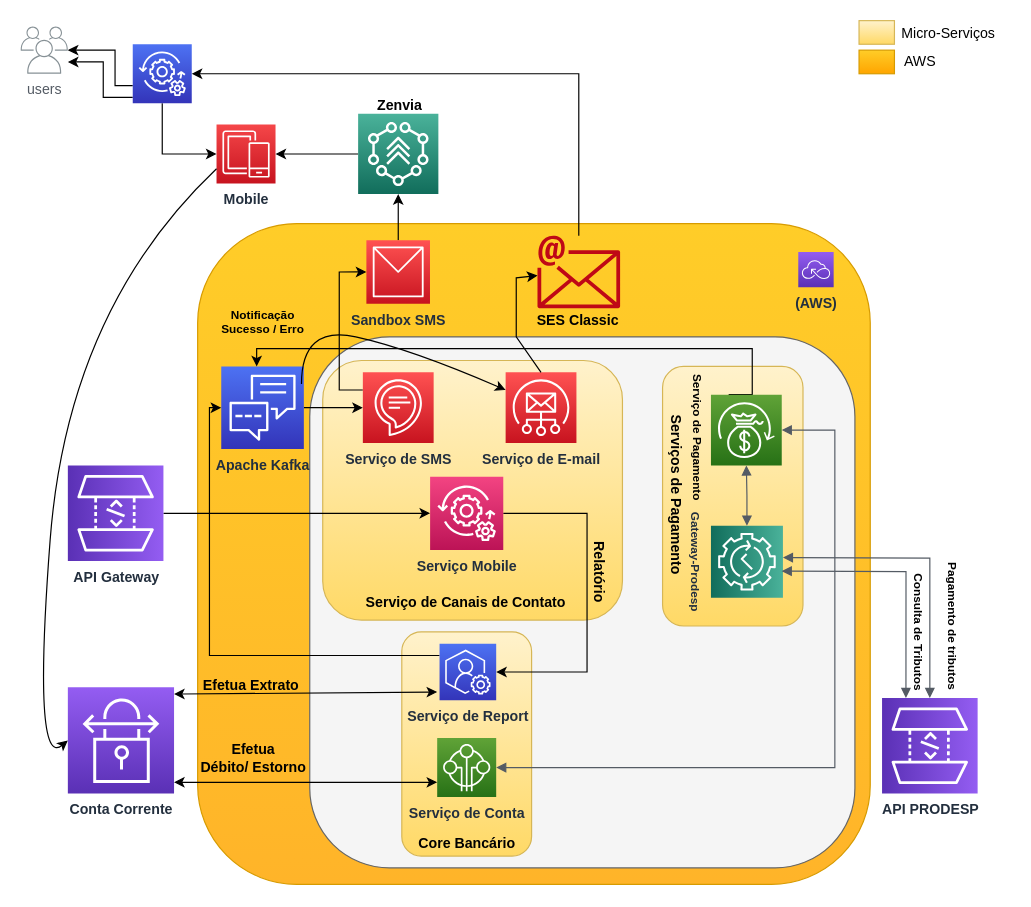
Above: Untitled Diagram.drawio in matheusdotto/alura-git (draw.io), before the change. Source tidied: cells renumbered, new cells numbered last; positions are measured from the earlier drawing's top-left corner, leaving out a move shared by most shapes. Both pictures are drawn from the tidied source at 118%, with x=0, y=0 at pixel (20, 20).
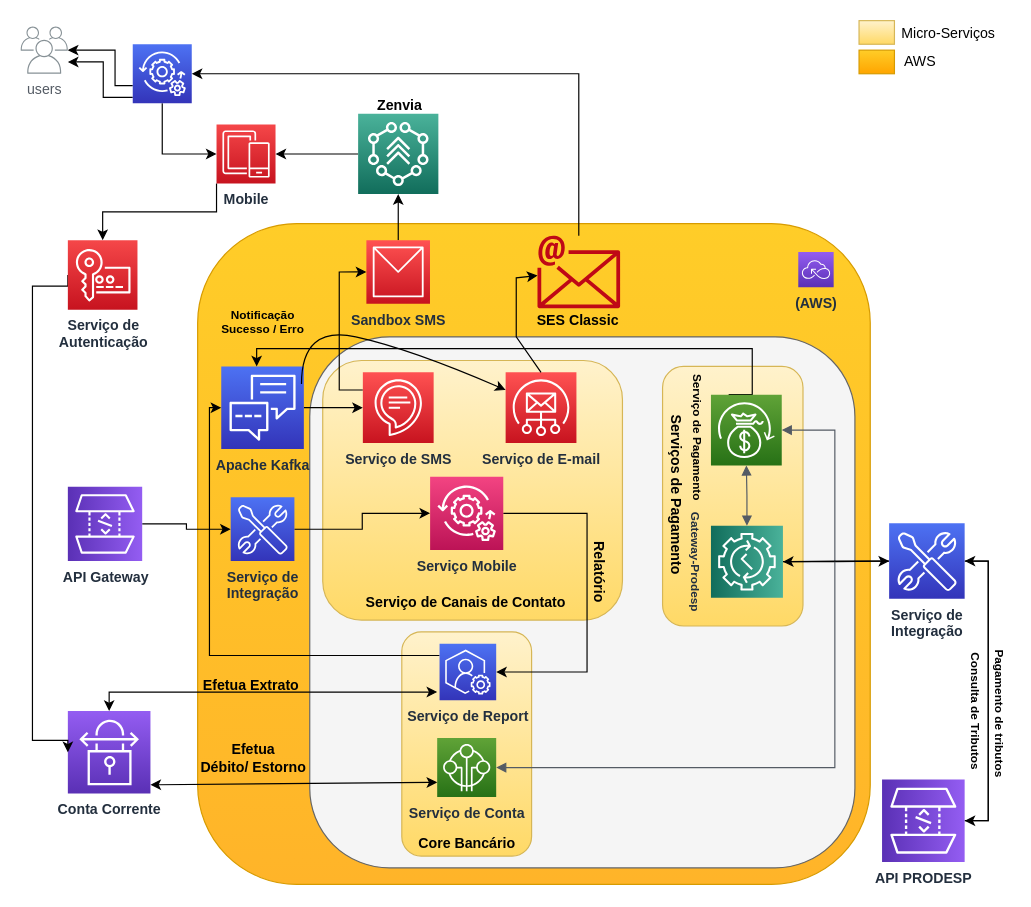
Above is the later version.

The change refers to these unchanged cells:
```xml
<mxCell id="3" value="Mobile&lt;br&gt;" style="sketch=0;points=[[0,0,0],[0.25,0,0],[0.5,0,0],[0.75,0,0],[1,0,0],[0,1,0],[0.25,1,0],[0.5,1,0],[0.75,1,0],[1,1,0],[0,0.25,0],[0,0.5,0],[0,0.75,0],[1,0.25,0],[1,0.5,0],[1,0.75,0]];outlineConnect=0;fontColor=#232F3E;gradientColor=#F54749;gradientDirection=north;fillColor=#C7131F;strokeColor=#ffffff;dashed=0;verticalLabelPosition=bottom;verticalAlign=top;align=center;html=1;fontSize=12;fontStyle=1;shape=mxgraph.aws4.resourceIcon;resIcon=mxgraph.aws4.mobile;" parent="1" vertex="1">
  <mxGeometry x="166" y="88" width="50" height="50" as="geometry" />
</mxCell>
<mxCell id="24" value="Serviço Mobile" style="sketch=0;points=[[0,0,0],[0.25,0,0],[0.5,0,0],[0.75,0,0],[1,0,0],[0,1,0],[0.25,1,0],[0.5,1,0],[0.75,1,0],[1,1,0],[0,0.25,0],[0,0.5,0],[0,0.75,0],[1,0.25,0],[1,0.5,0],[1,0.75,0]];points=[[0,0,0],[0.25,0,0],[0.5,0,0],[0.75,0,0],[1,0,0],[0,1,0],[0.25,1,0],[0.5,1,0],[0.75,1,0],[1,1,0],[0,0.25,0],[0,0.5,0],[0,0.75,0],[1,0.25,0],[1,0.5,0],[1,0.75,0]];outlineConnect=0;fontColor=#232F3E;gradientColor=#F34482;gradientDirection=north;fillColor=#BC1356;strokeColor=#ffffff;dashed=0;verticalLabelPosition=bottom;verticalAlign=top;align=center;html=1;fontSize=12;fontStyle=1;shape=mxgraph.aws4.resourceIcon;resIcon=mxgraph.aws4.managed_services;" parent="1" vertex="1">
  <mxGeometry x="347" y="386.5" width="62" height="62" as="geometry" />
</mxCell>
<mxCell id="35" value="Gateway-Prodesp" style="sketch=0;points=[[0,0,0],[0.25,0,0],[0.5,0,0],[0.75,0,0],[1,0,0],[0,1,0],[0.25,1,0],[0.5,1,0],[0.75,1,0],[1,1,0],[0,0.25,0],[0,0.5,0],[0,0.75,0],[1,0.25,0],[1,0.5,0],[1,0.75,0]];outlineConnect=0;fontColor=#232F3E;gradientColor=#4AB29A;gradientDirection=north;fillColor=#116D5B;strokeColor=#ffffff;dashed=0;verticalLabelPosition=bottom;verticalAlign=top;align=center;html=1;fontSize=10;fontStyle=1;shape=mxgraph.aws4.resourceIcon;resIcon=mxgraph.aws4.devops_guru;rotation=90;" parent="1" vertex="1">
  <mxGeometry x="585" y="428" width="61" height="61" as="geometry" />
</mxCell>
```

Change to the diagram source:
```diff
@@
+    <mxCell id="62" style="edgeStyle=orthogonalEdgeStyle;rounded=0;jettySize=auto;html=1;exitX=0;exitY=1;exitDx=0;exitDy=0;exitPerimeter=0;" parent="1" edge="1" source="3" target="69">
+      <mxGeometry relative="1" as="geometry" />
+    </mxCell>
@@
-    <mxCell id="16" style="edgeStyle=orthogonalEdgeStyle;rounded=0;jettySize=auto;html=1;entryX=0;entryY=0.5;entryDx=0;entryDy=0;entryPerimeter=0;fontStyle=1;" parent="1" edge="1" source="17" target="24">
-      <mxGeometry relative="1" as="geometry" />
-    </mxCell>
+    <mxCell id="63" style="edgeStyle=orthogonalEdgeStyle;rounded=0;jettySize=auto;html=1;" parent="1" edge="1" source="17" target="67">
+      <mxGeometry relative="1" as="geometry" />
+    </mxCell>
     <mxCell id="17" value="API Gateway" style="sketch=0;points=[[0,0,0],[0.25,0,0],[0.5,0,0],[0.75,0,0],[1,0,0],[0,1,0],[0.25,1,0],[0.5,1,0],[0.75,1,0],[1,1,0],[0,0.25,0],[0,0.5,0],[0,0.75,0],[1,0.25,0],[1,0.5,0],[1,0.75,0]];outlineConnect=0;fontColor=#232F3E;gradientColor=#945DF2;gradientDirection=north;fillColor=#5A30B5;strokeColor=#ffffff;dashed=0;verticalLabelPosition=bottom;verticalAlign=top;align=center;html=1;fontSize=12;fontStyle=1;shape=mxgraph.aws4.resourceIcon;resIcon=mxgraph.aws4.api_gateway;rotation=0;direction=south;" parent="1" vertex="1">
-      <mxGeometry x="40" y="377" width="81" height="81" as="geometry" />
+      <mxGeometry x="40" y="395" width="63" height="63" as="geometry" />
     </mxCell>
@@
     <mxCell id="28" value="Conta Corrente" style="sketch=0;points=[[0,0,0],[0.25,0,0],[0.5,0,0],[0.75,0,0],[1,0,0],[0,1,0],[0.25,1,0],[0.5,1,0],[0.75,1,0],[1,1,0],[0,0.25,0],[0,0.5,0],[0,0.75,0],[1,0.25,0],[1,0.5,0],[1,0.75,0]];outlineConnect=0;fontColor=#232F3E;gradientColor=#945DF2;gradientDirection=north;fillColor=#5A30B5;strokeColor=#ffffff;dashed=0;verticalLabelPosition=bottom;verticalAlign=top;align=center;html=1;fontSize=12;fontStyle=1;shape=mxgraph.aws4.resourceIcon;resIcon=mxgraph.aws4.site_to_site_vpn;" parent="1" vertex="1">
-      <mxGeometry x="40" y="565" width="90" height="90" as="geometry" />
+      <mxGeometry x="40" y="585" width="70" height="70" as="geometry" />
     </mxCell>
@@
+    <mxCell id="64" style="edgeStyle=orthogonalEdgeStyle;rounded=0;jettySize=auto;html=1;entryX=1;entryY=0.5;entryDx=0;entryDy=0;entryPerimeter=0;" parent="1" edge="1" source="33" target="72">
+      <mxGeometry relative="1" as="geometry">
+        <Array as="points">
+          <mxPoint x="820" y="678" />
+          <mxPoint x="820" y="458" />
+        </Array>
+      </mxGeometry>
+    </mxCell>
     <mxCell id="33" value="API PRODESP" style="sketch=0;points=[[0,0,0],[0.25,0,0],[0.5,0,0],[0.75,0,0],[1,0,0],[0,1,0],[0.25,1,0],[0.5,1,0],[0.75,1,0],[1,1,0],[0,0.25,0],[0,0.5,0],[0,0.75,0],[1,0.25,0],[1,0.5,0],[1,0.75,0]];outlineConnect=0;fontColor=#232F3E;gradientColor=#945DF2;gradientDirection=north;fillColor=#5A30B5;strokeColor=#ffffff;dashed=0;verticalLabelPosition=bottom;verticalAlign=top;align=center;html=1;fontSize=12;fontStyle=1;shape=mxgraph.aws4.resourceIcon;resIcon=mxgraph.aws4.api_gateway;rotation=0;direction=south;" parent="1" vertex="1">
-      <mxGeometry x="730" y="574" width="81" height="81" as="geometry" />
+      <mxGeometry x="730" y="643" width="70" height="70" as="geometry" />
     </mxCell>
-    <mxCell id="34" style="curved=1;endArrow=classic;html=1;rounded=0;entryX=0;entryY=0.5;entryDx=0;entryDy=0;entryPerimeter=0;exitX=0;exitY=0.75;exitDx=0;exitDy=0;exitPerimeter=0;" parent="1" edge="1" source="3" target="28">
-      <mxGeometry relative="1" as="geometry">
-        <Array as="points">
-          <mxPoint x="40" y="245" />
-          <mxPoint x="10" y="635" />
-        </Array>
-      </mxGeometry>
-    </mxCell>
+    <mxCell id="65" style="edgeStyle=orthogonalEdgeStyle;rounded=0;jettySize=auto;html=1;" parent="1" edge="1" source="35" target="72">
+      <mxGeometry relative="1" as="geometry" />
+    </mxCell>
@@
     <mxCell id="36" value="Consulta de Tributos" style="text;html=1;align=center;verticalAlign=middle;strokeColor=none;fillColor=none;fontSize=10;fontStyle=1;rotation=90;" parent="1" vertex="1">
-      <mxGeometry x="707" y="508" width="110" height="20" as="geometry" />
+      <mxGeometry x="755" y="575" width="110" height="20" as="geometry" />
     </mxCell>
     <mxCell id="37" value="Pagamento de tributos" style="text;html=1;align=center;verticalAlign=middle;strokeColor=none;fillColor=none;fontSize=10;fontStyle=1;rotation=90;" parent="1" vertex="1">
-      <mxGeometry x="730" y="503" width="120" height="20" as="geometry" />
+      <mxGeometry x="770" y="577" width="120" height="20" as="geometry" />
     </mxCell>
@@
-    <mxCell id="56" style="endArrow=classic;startArrow=classic;html=1;rounded=0;fontSize=12;entryX=0;entryY=0;entryDx=0;entryDy=0;entryPerimeter=0;" parent="1" edge="1">
+    <mxCell id="56" style="endArrow=classic;startArrow=classic;html=1;rounded=0;fontSize=12;entryX=0;entryY=0;entryDx=0;entryDy=0;entryPerimeter=0;exitX=0.5;exitY=0;exitDx=0;exitDy=0;exitPerimeter=0;" parent="1" edge="1" source="28">
       <mxGeometry relative="1" as="geometry">
-        <mxPoint x="130" y="570.7" as="sourcePoint" />
         <mxPoint x="353" y="569" as="targetPoint" />
+        <Array as="points">
+          <mxPoint x="75" y="569" />
+        </Array>
       </mxGeometry>
     </mxCell>
@@
-    <mxCell id="58" style="edgeStyle=orthogonalEdgeStyle;html=1;endArrow=block;elbow=vertical;startArrow=block;startFill=1;endFill=1;strokeColor=#545B64;rounded=0;entryX=0;entryY=0.75;entryDx=0;entryDy=0;entryPerimeter=0;" parent="1" edge="1" target="33">
-      <mxGeometry relative="1" as="geometry">
-        <mxPoint x="645" y="466.5" as="sourcePoint" />
-      </mxGeometry>
-    </mxCell>
-    <mxCell id="59" style="edgeStyle=orthogonalEdgeStyle;html=1;endArrow=block;elbow=vertical;startArrow=block;startFill=1;endFill=1;strokeColor=#545B64;rounded=0;" parent="1" edge="1" target="33">
-      <mxGeometry relative="1" as="geometry">
-        <mxPoint x="646" y="455" as="sourcePoint" />
-      </mxGeometry>
-    </mxCell>
@@
+    <mxCell id="66" style="edgeStyle=orthogonalEdgeStyle;rounded=0;jettySize=auto;html=1;" parent="1" edge="1" source="67" target="24">
+      <mxGeometry relative="1" as="geometry" />
+    </mxCell>
+    <mxCell id="67" value="&lt;b&gt;Serviço de&lt;br&gt;Integração&lt;/b&gt;" style="sketch=0;points=[[0,0,0],[0.25,0,0],[0.5,0,0],[0.75,0,0],[1,0,0],[0,1,0],[0.25,1,0],[0.5,1,0],[0.75,1,0],[1,1,0],[0,0.25,0],[0,0.5,0],[0,0.75,0],[1,0.25,0],[1,0.5,0],[1,0.75,0]];outlineConnect=0;fontColor=#232F3E;gradientColor=#4D72F3;gradientDirection=north;fillColor=#3334B9;strokeColor=#ffffff;dashed=0;verticalLabelPosition=bottom;verticalAlign=top;align=center;html=1;fontSize=12;fontStyle=0;shape=mxgraph.aws4.resourceIcon;resIcon=mxgraph.aws4.developer_tools;" parent="1" vertex="1">
+      <mxGeometry x="178" y="404" width="54" height="54" as="geometry" />
+    </mxCell>
+    <mxCell id="68" style="edgeStyle=orthogonalEdgeStyle;rounded=0;jettySize=auto;html=1;entryX=0;entryY=0.5;entryDx=0;entryDy=0;entryPerimeter=0;exitX=0;exitY=0.5;exitDx=0;exitDy=0;exitPerimeter=0;" parent="1" edge="1" source="69" target="28">
+      <mxGeometry relative="1" as="geometry">
+        <Array as="points">
+          <mxPoint x="10" y="225" />
+          <mxPoint x="10" y="610" />
+        </Array>
+      </mxGeometry>
+    </mxCell>
+    <mxCell id="69" value="&lt;b&gt;Serviço de&lt;br&gt; Autenticação&lt;/b&gt;" style="sketch=0;points=[[0,0,0],[0.25,0,0],[0.5,0,0],[0.75,0,0],[1,0,0],[0,1,0],[0.25,1,0],[0.5,1,0],[0.75,1,0],[1,1,0],[0,0.25,0],[0,0.5,0],[0,0.75,0],[1,0.25,0],[1,0.5,0],[1,0.75,0]];outlineConnect=0;fontColor=#232F3E;gradientColor=#F54749;gradientDirection=north;fillColor=#C7131F;strokeColor=#ffffff;dashed=0;verticalLabelPosition=bottom;verticalAlign=top;align=center;html=1;fontSize=12;fontStyle=0;shape=mxgraph.aws4.resourceIcon;resIcon=mxgraph.aws4.key_management_service;" parent="1" vertex="1">
+      <mxGeometry x="40" y="186" width="59" height="59" as="geometry" />
+    </mxCell>
+    <mxCell id="70" style="edgeStyle=orthogonalEdgeStyle;rounded=0;jettySize=auto;html=1;" parent="1" edge="1" source="72" target="35">
+      <mxGeometry relative="1" as="geometry" />
+    </mxCell>
+    <mxCell id="71" style="edgeStyle=orthogonalEdgeStyle;rounded=0;jettySize=auto;html=1;entryX=0.5;entryY=0;entryDx=0;entryDy=0;entryPerimeter=0;" parent="1" edge="1" source="72" target="33">
+      <mxGeometry relative="1" as="geometry">
+        <Array as="points">
+          <mxPoint x="820" y="458" />
+          <mxPoint x="820" y="678" />
+        </Array>
+      </mxGeometry>
+    </mxCell>
+    <mxCell id="72" value="&lt;b&gt;Serviço de&lt;br&gt;Integração&lt;/b&gt;" style="sketch=0;points=[[0,0,0],[0.25,0,0],[0.5,0,0],[0.75,0,0],[1,0,0],[0,1,0],[0.25,1,0],[0.5,1,0],[0.75,1,0],[1,1,0],[0,0.25,0],[0,0.5,0],[0,0.75,0],[1,0.25,0],[1,0.5,0],[1,0.75,0]];outlineConnect=0;fontColor=#232F3E;gradientColor=#4D72F3;gradientDirection=north;fillColor=#3334B9;strokeColor=#ffffff;dashed=0;verticalLabelPosition=bottom;verticalAlign=top;align=center;html=1;fontSize=12;fontStyle=0;shape=mxgraph.aws4.resourceIcon;resIcon=mxgraph.aws4.developer_tools;" parent="1" vertex="1">
+      <mxGeometry x="736" y="426" width="64" height="64" as="geometry" />
+    </mxCell>
```
